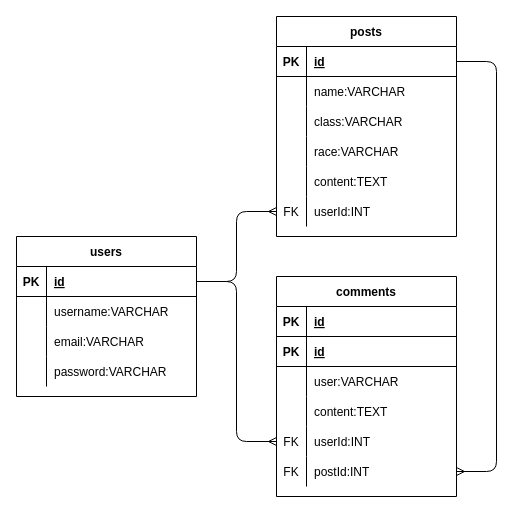
The draw.io diagram ERD.drawio in tatebonham/Judgement-Day, before the edit. Source tidied: cells renumbered, new cells numbered last; positions are measured from the earlier drawing's top-left corner, leaving out a move shared by most shapes. Both pictures are drawn from the tidied source at 100%, with x=0, y=0 at pixel (16, 16).
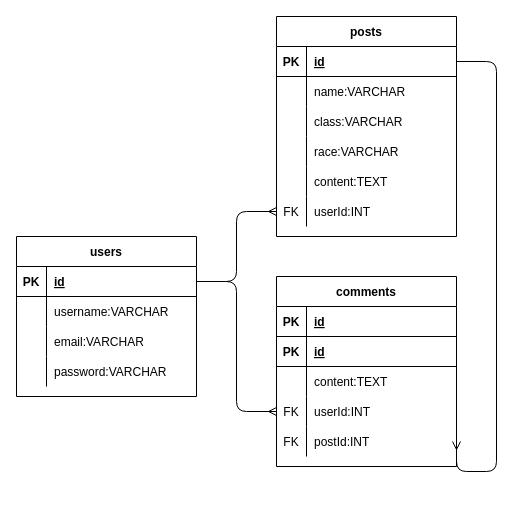
Above is the later version.

Commit message (it also covers changes not shown here):
created user,post and comment tables. Migrated them as well

Diff of the diagram source:
```diff
@@
     <mxCell id="34" value="comments" style="shape=table;startSize=30;childLayout=tableLayout;rowLines=0;fontStyle=1;align=center;swimlaneFillColor=default;" parent="1" vertex="1">
-      <mxGeometry x="260" y="260" width="180" height="220" as="geometry" />
+      <mxGeometry x="260" y="260" width="180" height="190" as="geometry" />
     </mxCell>
@@
-    <mxCell id="41" style="shape=partialRectangle;fillColor=none;top=0;left=0;bottom=0;right=0;" parent="34" vertex="1">
-      <mxGeometry y="90" width="180" height="30" as="geometry" />
-    </mxCell>
-    <mxCell id="42" style="shape=partialRectangle;fillColor=none;top=0;left=0;bottom=0;right=0;overflow=hidden;" parent="41" vertex="1">
-      <mxGeometry width="30" height="30" as="geometry" />
-    </mxCell>
-    <mxCell id="43" value="user:VARCHAR" style="shape=partialRectangle;fillColor=none;top=0;left=0;bottom=0;right=0;align=left;spacingLeft=6;overflow=hidden;" parent="41" vertex="1">
-      <mxGeometry x="30" width="150" height="30" as="geometry" />
-    </mxCell>
     <mxCell id="44" style="shape=partialRectangle;fillColor=none;top=0;left=0;bottom=0;right=0;" parent="34" vertex="1">
-      <mxGeometry y="120" width="180" height="30" as="geometry" />
+      <mxGeometry y="90" width="180" height="30" as="geometry" />
     </mxCell>
@@
     <mxCell id="47" style="shape=partialRectangle;fillColor=none;top=0;left=0;bottom=0;right=0;points=[[0,0.5],[1,0.5]];portConstraint=eastwest;" parent="34" vertex="1">
-      <mxGeometry y="150" width="180" height="30" as="geometry" />
+      <mxGeometry y="120" width="180" height="30" as="geometry" />
     </mxCell>
@@
     <mxCell id="50" style="shape=partialRectangle;fillColor=none;top=0;left=0;bottom=0;right=0;points=[[0,0.5],[1,0.5]];portConstraint=eastwest;" parent="34" vertex="1">
-      <mxGeometry y="180" width="180" height="30" as="geometry" />
+      <mxGeometry y="150" width="180" height="30" as="geometry" />
     </mxCell>
```
